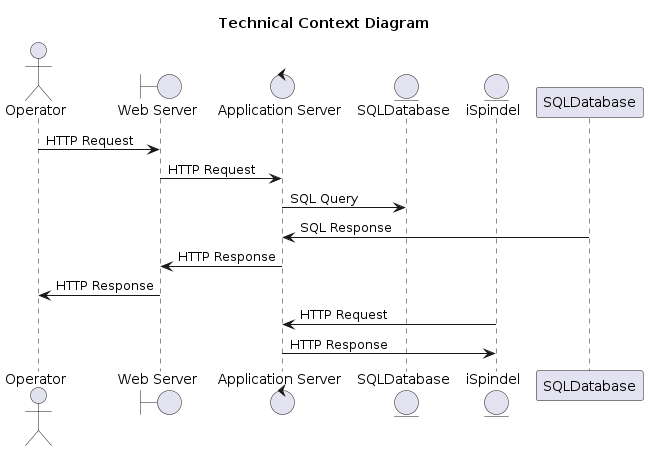
asbor/iu-project-software-engineering keeps this PlantUML diagram as documents/01-Conception-Phase/images/03-Context-View-Technical.png. Above is the earlier version. The source it was exported from:
```plantuml
@startuml 03-Context-View-Technical

title Technical Context Diagram

actor user as "Operator"
boundary WebServer as "Web Server"
control AppServer as "Application Server"
entity Database as "SQLDatabase"
entity ISpindel as "iSpindel"


user -> WebServer : HTTP Request
WebServer -> AppServer : HTTP Request
AppServer -> Database : SQL Query
SQLDatabase -> AppServer : SQL Response
AppServer -> WebServer : HTTP Response
WebServer -> user : HTTP Response

ISpindel -> AppServer : HTTP Request
AppServer -> ISpindel : HTTP Response

@enduml
```
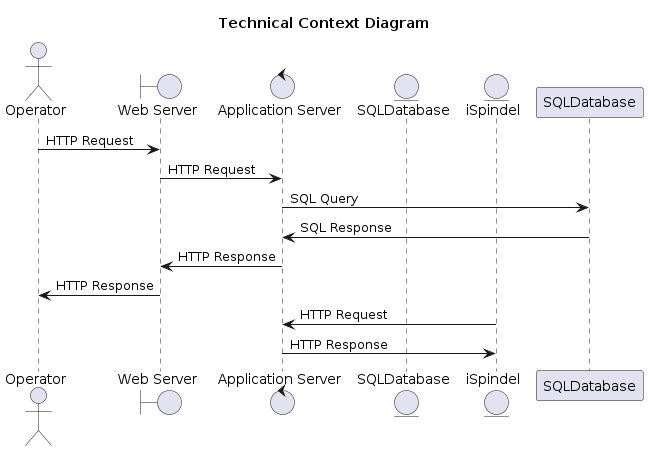
Above is the later version.

Diff of the diagram source:
```diff
@@ -11,7 +11,7 @@
 
 user -> WebServer : HTTP Request
 WebServer -> AppServer : HTTP Request
-AppServer -> Database : SQL Query
+AppServer -> SQLDatabase : SQL Query
 SQLDatabase -> AppServer : SQL Response
 AppServer -> WebServer : HTTP Response
 WebServer -> user : HTTP Response
```
